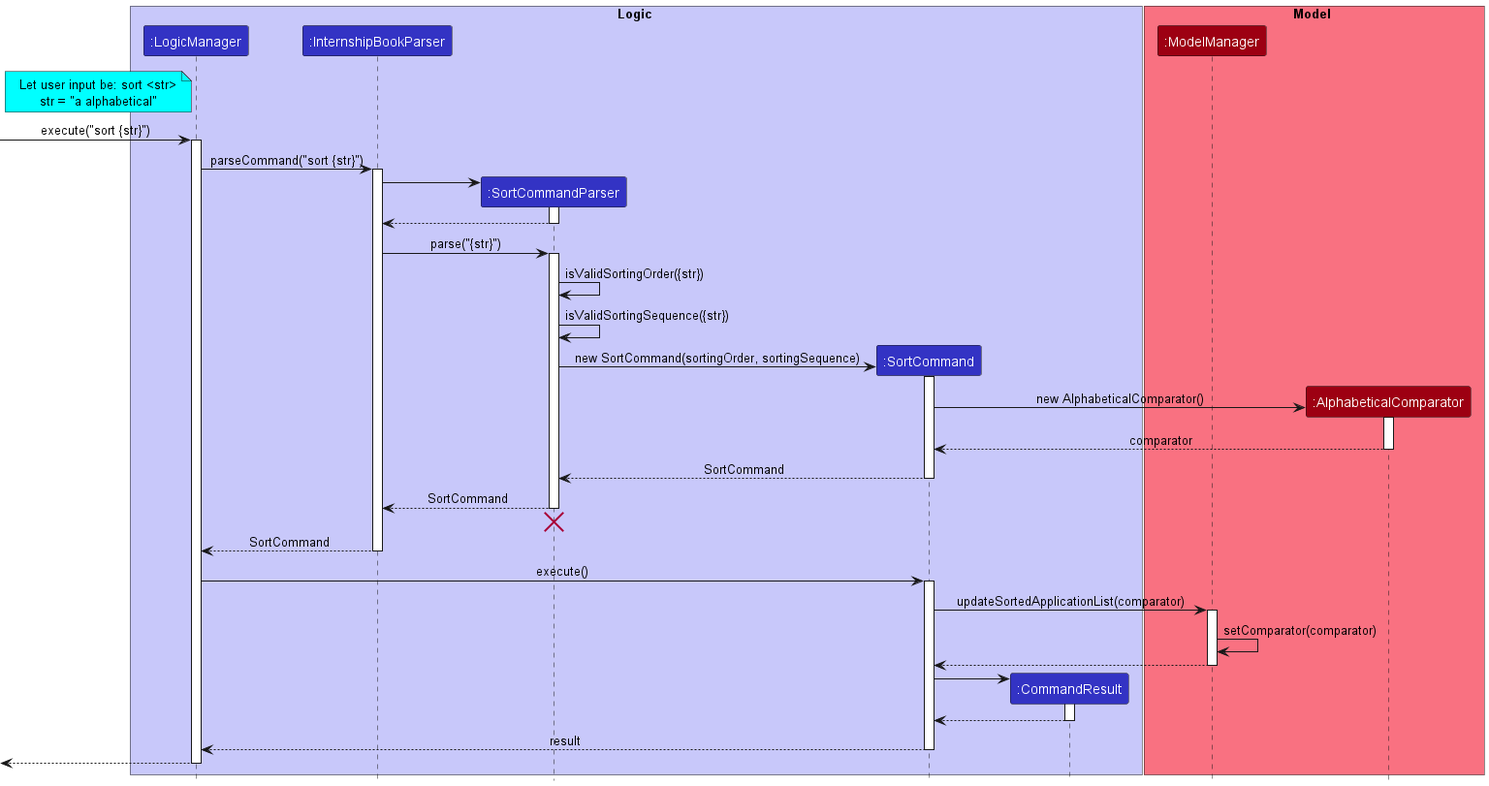
This is docs/images/SortSequenceDiagram.png from nus-cs2103-AY2223S2/tp, a PlantUML export, as it was before one commit. The source it was exported from:
```plantuml
@startuml
!include style.puml

box Logic LOGIC_COLOR_T1
participant ":LogicManager" as LogicManager LOGIC_COLOR
participant ":InternshipBookParser" as InternshipBookParser LOGIC_COLOR
participant ":SortCommandParser" as SortCommandParser LOGIC_COLOR
participant ":SortCommand" as SortCommand LOGIC_COLOR
participant ":CommandResult" as CommandResult LOGIC_COLOR

end box

box Model MODEL_COLOR_T1
participant ":ModelManager" as ModelManager MODEL_COLOR
participant ":AlphabeticalComparator" as AlphabeticalComparator MODEL_COLOR
end box

note left of LogicManager #aqua
Let user input be: sort <str>
str = "a alphabetical"
end note

[-> LogicManager : execute("sort {str}")
activate LogicManager

LogicManager -> InternshipBookParser : parseCommand("sort {str}")
activate InternshipBookParser

create SortCommandParser
InternshipBookParser -> SortCommandParser
activate SortCommandParser

SortCommandParser --> InternshipBookParser
deactivate SortCommandParser

InternshipBookParser -> SortCommandParser : parse("{str}")
activate SortCommandParser

SortCommandParser -> SortCommandParser : isValidSortingOrder({str})
SortCommandParser -> SortCommandParser : isValidSortingSequence({str})

create SortCommand
SortCommandParser -> SortCommand : new SortCommand(sortingOrder, sortingSequence)
activate SortCommand

create AlphabeticalComparator
SortCommand -> AlphabeticalComparator: new AlphabeticalComparator()
activate AlphabeticalComparator

AlphabeticalComparator --> SortCommand : comparator
deactivate AlphabeticalComparator

SortCommand --> SortCommandParser : SortCommand
deactivate SortCommand

SortCommandParser --> InternshipBookParser : SortCommand
deactivate SortCommandParser
SortCommandParser -[hidden]-> InternshipBookParser
destroy SortCommandParser

InternshipBookParser --> LogicManager : SortCommand
deactivate InternshipBookParser

LogicManager -> SortCommand : execute()
activate SortCommand

SortCommand -> ModelManager : updateSortedApplicationList(comparator)
activate ModelManager

ModelManager -> ModelManager : setComparator(comparator)
ModelManager --> SortCommand
deactivate ModelManager

create CommandResult
SortCommand -> CommandResult
activate CommandResult

CommandResult --> SortCommand
deactivate CommandResult

SortCommand --> LogicManager : result
deactivate SortCommand

[<--LogicManager
deactivate LogicManager
@enduml
```
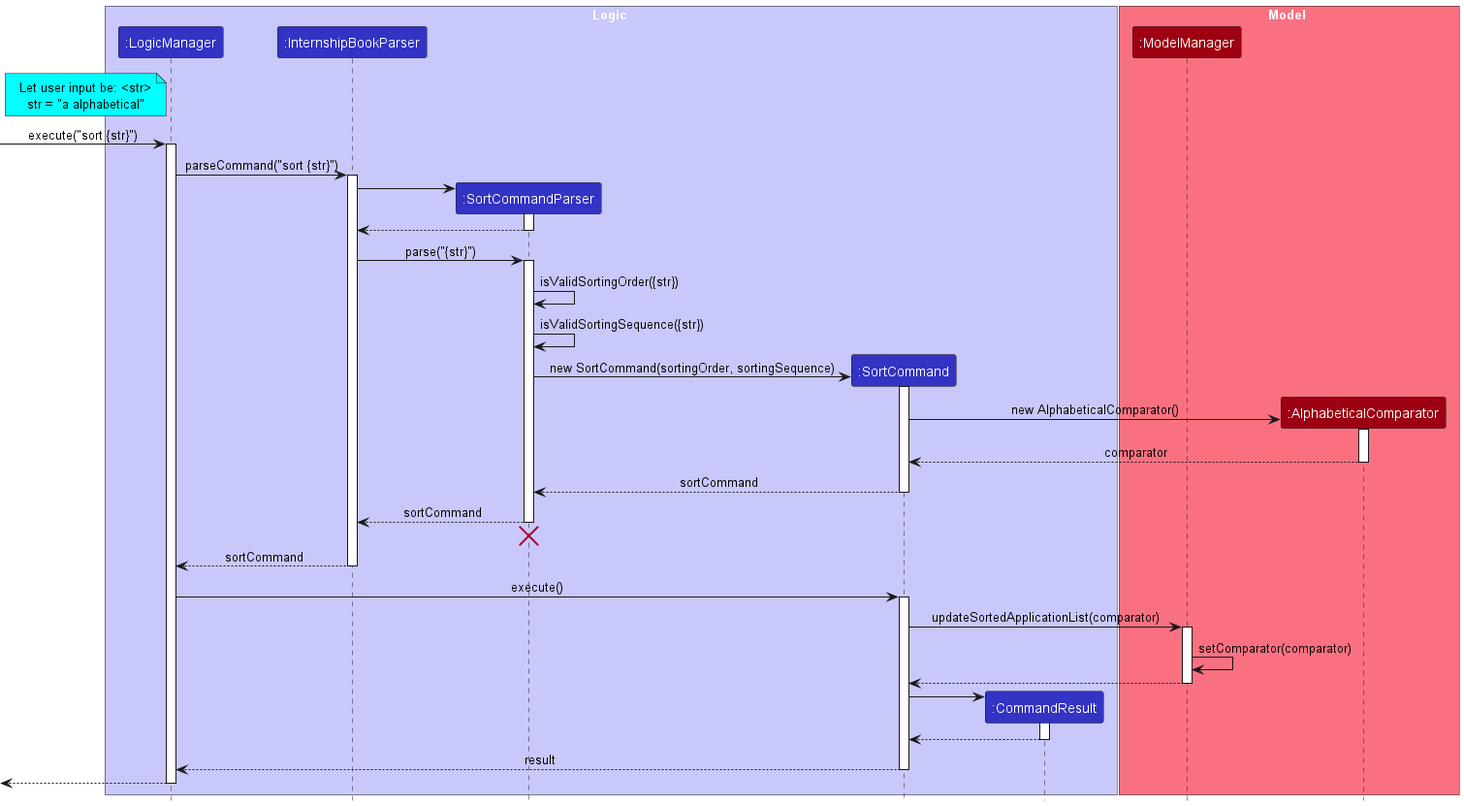
The same file after the commit.

The edit, as a diff of the source:
```diff
@@ -16,7 +16,7 @@
 end box
 
 note left of LogicManager #aqua
-Let user input be: sort <str>
+Let user input be: <str>
 str = "a alphabetical"
 end note
 
@@ -50,15 +50,15 @@
 AlphabeticalComparator --> SortCommand : comparator
 deactivate AlphabeticalComparator
 
-SortCommand --> SortCommandParser : SortCommand
+SortCommand --> SortCommandParser : sortCommand
 deactivate SortCommand
 
-SortCommandParser --> InternshipBookParser : SortCommand
+SortCommandParser --> InternshipBookParser : sortCommand
 deactivate SortCommandParser
 SortCommandParser -[hidden]-> InternshipBookParser
 destroy SortCommandParser
 
-InternshipBookParser --> LogicManager : SortCommand
+InternshipBookParser --> LogicManager : sortCommand
 deactivate InternshipBookParser
 
 LogicManager -> SortCommand : execute()
```
